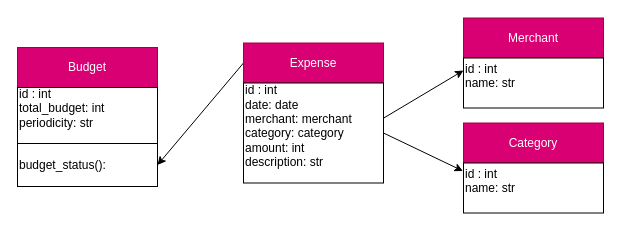
sandramolina/pythonic_expense_tracker keeps this draw.io diagram as page "classes" (1 of 3) of diagrams_expense_tracker.drawio. Above is the earlier version. Source tidied: cells renumbered, new cells numbered last; positions are measured from the earlier drawing's top-left corner, leaving out a move shared by most shapes. Both pictures are drawn from the tidied source at 100%, with x=0, y=0 at pixel (17, 18).
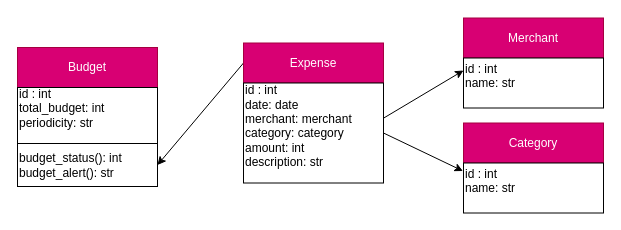
The same diagram, later.

Commit message (it also covers changes not shown here):
adds budget object

Diff of the diagram source:
```diff
@@
 <mxGraphModel>
   <root>
     <mxCell id="0" />
     <mxCell id="1" parent="0" />
     <mxCell id="2" style="edgeStyle=none;html=1;exitX=0;exitY=0.5;exitDx=0;exitDy=0;entryX=1;entryY=0.5;entryDx=0;entryDy=0;" parent="1" edge="1" source="3" target="13">
       <mxGeometry relative="1" as="geometry" />
     </mxCell>
     <mxCell id="3" value="Expense" style="whiteSpace=wrap;html=1;fillColor=#d80073;fontColor=#ffffff;strokeColor=#A50040;" parent="1" vertex="1">
       <mxGeometry x="226" y="24.5" width="140" height="40" as="geometry" />
     </mxCell>
     <mxCell id="4" value="&lt;div&gt;&lt;span&gt;id : int&lt;/span&gt;&lt;/div&gt;&lt;div&gt;&lt;span&gt;date: date&lt;/span&gt;&lt;/div&gt;&lt;div&gt;&lt;span&gt;merchant: merchant&lt;/span&gt;&lt;/div&gt;&lt;div&gt;&lt;span&gt;category: category&lt;/span&gt;&lt;/div&gt;&lt;div&gt;&lt;span&gt;amount: int&lt;/span&gt;&lt;/div&gt;&lt;div&gt;&lt;span&gt;description: str&lt;/span&gt;&lt;/div&gt;&lt;div&gt;&lt;span&gt;&lt;br&gt;&lt;/span&gt;&lt;/div&gt;" style="whiteSpace=wrap;html=1;align=left;" parent="1" vertex="1">
       <mxGeometry x="226" y="64.5" width="140" height="100" as="geometry" />
     </mxCell>
     <mxCell id="5" value="Merchant" style="whiteSpace=wrap;html=1;fillColor=#d80073;fontColor=#ffffff;strokeColor=#A50040;" parent="1" vertex="1">
       <mxGeometry x="446" y="-0.5" width="140" height="40" as="geometry" />
     </mxCell>
     <mxCell id="6" style="edgeStyle=none;html=1;entryX=0;entryY=0.25;entryDx=0;entryDy=0;exitX=1.001;exitY=0.351;exitDx=0;exitDy=0;exitPerimeter=0;" parent="1" edge="1" source="4" target="7">
       <mxGeometry relative="1" as="geometry" />
     </mxCell>
     <mxCell id="7" value="&lt;div&gt;&lt;span&gt;id : int&lt;/span&gt;&lt;/div&gt;&lt;div&gt;name: str&lt;/div&gt;&lt;div&gt;&lt;span&gt;&lt;br&gt;&lt;/span&gt;&lt;/div&gt;" style="whiteSpace=wrap;html=1;align=left;" parent="1" vertex="1">
       <mxGeometry x="446" y="39.5" width="140" height="50" as="geometry" />
     </mxCell>
     <mxCell id="8" value="Category" style="whiteSpace=wrap;html=1;fillColor=#d80073;fontColor=#ffffff;strokeColor=#A50040;" parent="1" vertex="1">
       <mxGeometry x="446" y="104.5" width="140" height="40" as="geometry" />
     </mxCell>
     <mxCell id="9" style="edgeStyle=none;html=1;exitX=1;exitY=0.5;exitDx=0;exitDy=0;entryX=-0.004;entryY=0.16;entryDx=0;entryDy=0;entryPerimeter=0;" parent="1" edge="1" source="4" target="10">
       <mxGeometry relative="1" as="geometry" />
     </mxCell>
     <mxCell id="10" value="&lt;div&gt;&lt;span&gt;id : int&lt;/span&gt;&lt;/div&gt;&lt;div&gt;name: str&lt;/div&gt;&lt;div&gt;&lt;span&gt;&lt;br&gt;&lt;/span&gt;&lt;/div&gt;" style="whiteSpace=wrap;html=1;align=left;" parent="1" vertex="1">
       <mxGeometry x="446" y="144.5" width="140" height="50" as="geometry" />
     </mxCell>
     <mxCell id="11" value="Budget" style="whiteSpace=wrap;html=1;fillColor=#d80073;fontColor=#ffffff;strokeColor=#A50040;" parent="1" vertex="1">
       <mxGeometry y="29" width="140" height="40" as="geometry" />
     </mxCell>
     <mxCell id="12" value="&lt;div&gt;&lt;span&gt;id : int&lt;/span&gt;&lt;/div&gt;&lt;div&gt;total_budget: int&lt;/div&gt;&lt;div&gt;periodicity: str&lt;/div&gt;&lt;div&gt;&lt;br&gt;&lt;/div&gt;" style="whiteSpace=wrap;html=1;align=left;" parent="1" vertex="1">
       <mxGeometry y="69" width="140" height="56" as="geometry" />
     </mxCell>
-    <mxCell id="13" value="&lt;div&gt;budget_status():&amp;nbsp;&lt;/div&gt;" style="whiteSpace=wrap;html=1;align=left;" parent="1" vertex="1">
+    <mxCell id="13" value="&lt;div&gt;budget_status(): int&lt;/div&gt;&lt;div&gt;budget_alert(): str&lt;/div&gt;" style="whiteSpace=wrap;html=1;align=left;" parent="1" vertex="1">
       <mxGeometry y="125" width="140" height="43" as="geometry" />
     </mxCell>
   </root>
 </mxGraphModel>
```
